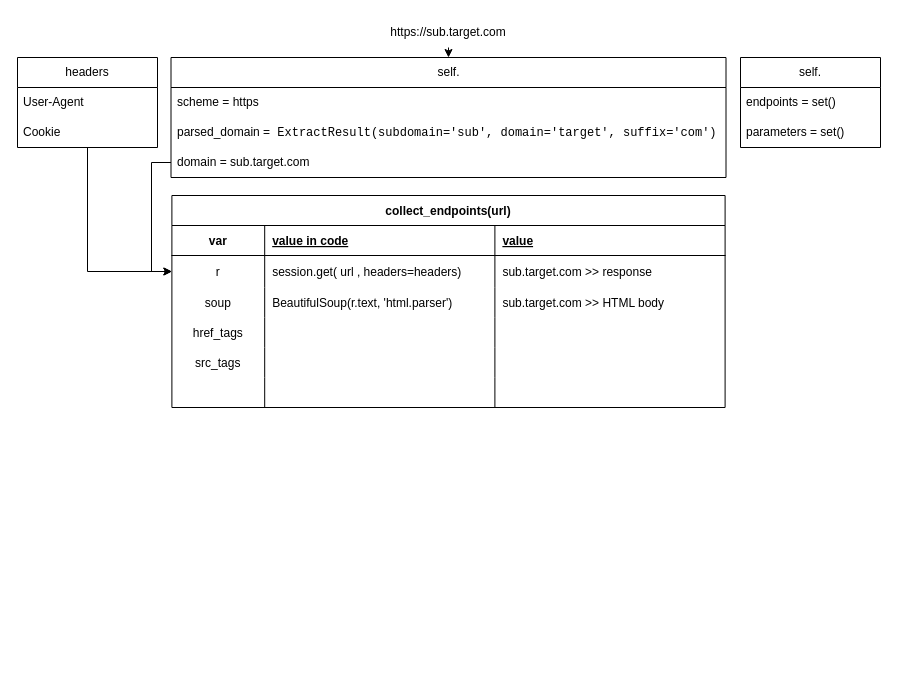
Above: Untitled Diagram.drawio in khaledkamal456/Git_Course (draw.io), before the change. Source tidied: cells renumbered, new cells numbered last; positions are measured from the earlier drawing's top-left corner, leaving out a move shared by most shapes. Both pictures are drawn from the tidied source at 100%, with x=0, y=0 at pixel (17, 17).
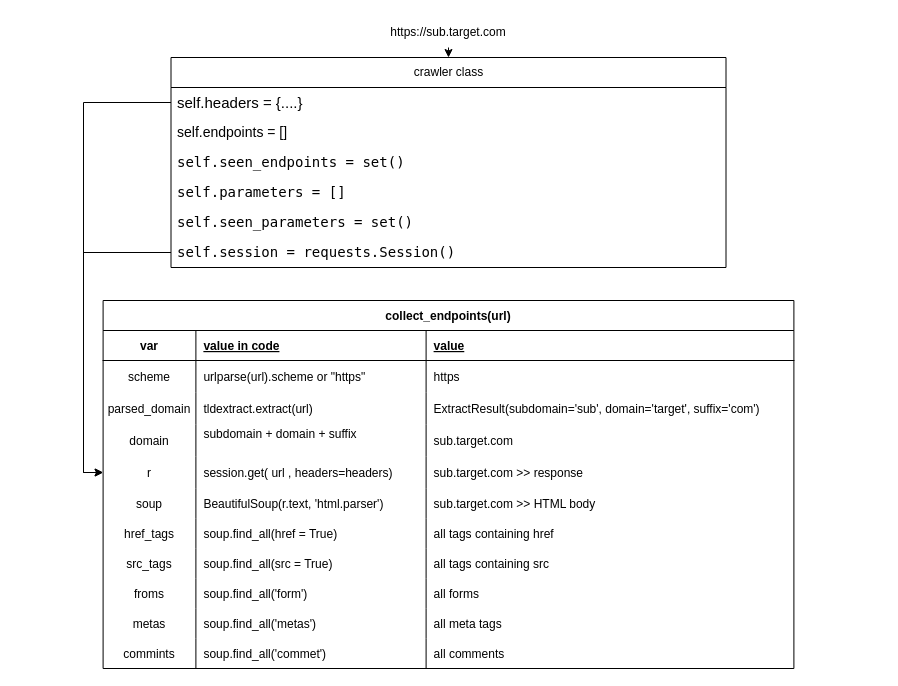
After the change.

What changed in the source:
```diff
@@
-    <mxCell id="4" value="self." style="swimlane;fontStyle=0;horizontal=1;startSize=30;whiteSpace=wrap;html=1;fillColor=default;" parent="1" vertex="1">
-      <mxGeometry x="153.5" y="40" width="555" height="120" as="geometry" />
+    <mxCell id="4" value="crawler class" style="swimlane;fontStyle=0;horizontal=1;startSize=30;whiteSpace=wrap;html=1;fillColor=default;" parent="1" vertex="1">
+      <mxGeometry x="153.5" y="40" width="555" height="210" as="geometry" />
     </mxCell>
-    <mxCell id="5" value="scheme = https" style="text;strokeColor=none;fillColor=none;align=left;verticalAlign=middle;spacingLeft=4;spacingRight=4;overflow=hidden;points=[[0,0.5],[1,0.5]];portConstraint=eastwest;whiteSpace=wrap;html=1;" parent="4" vertex="1">
+    <mxCell id="5" value="&lt;font style=&quot;font-size: 15px;&quot;&gt;self.headers = {....}&lt;/font&gt;" style="text;strokeColor=none;fillColor=none;align=left;verticalAlign=middle;spacingLeft=4;spacingRight=4;overflow=hidden;points=[[0,0.5],[1,0.5]];portConstraint=eastwest;whiteSpace=wrap;html=1;" parent="4" vertex="1">
       <mxGeometry y="30" width="555" height="30" as="geometry" />
     </mxCell>
-    <mxCell id="6" value="parsed_domain =&lt;code&gt; ExtractResult(subdomain='sub', domain='target', suffix='com')&lt;/code&gt;" style="text;strokeColor=none;fillColor=none;align=left;verticalAlign=middle;spacingLeft=4;spacingRight=4;overflow=hidden;whiteSpace=wrap;html=1;" parent="4" vertex="1">
-      <mxGeometry y="60" width="555" height="30" as="geometry" />
-    </mxCell>
-    <mxCell id="7" value="domain = sub.target.com" style="text;strokeColor=none;fillColor=none;align=left;verticalAlign=middle;spacingLeft=4;spacingRight=4;overflow=hidden;points=[[0,0.5],[1,0.5]];portConstraint=eastwest;whiteSpace=wrap;html=1;" parent="4" vertex="1">
-      <mxGeometry y="90" width="555" height="30" as="geometry" />
-    </mxCell>
-    <mxCell id="8" style="edgeStyle=orthogonalEdgeStyle;rounded=0;jettySize=auto;html=1;entryX=0;entryY=0.5;entryDx=0;entryDy=0;" parent="1" edge="1" source="9" target="20">
-      <mxGeometry relative="1" as="geometry" />
-    </mxCell>
-    <mxCell id="9" value="headers" style="swimlane;fontStyle=0;horizontal=1;startSize=30;whiteSpace=wrap;html=1;fillColor=default;" parent="1" vertex="1">
-      <mxGeometry y="40" width="140" height="90" as="geometry" />
-    </mxCell>
-    <mxCell id="10" value="User-Agent" style="text;strokeColor=none;fillColor=none;align=left;verticalAlign=middle;spacingLeft=4;spacingRight=4;overflow=hidden;whiteSpace=wrap;html=1;" parent="9" vertex="1">
-      <mxGeometry y="30" width="140" height="30" as="geometry" />
-    </mxCell>
-    <mxCell id="11" value="Cookie" style="text;strokeColor=none;fillColor=none;align=left;verticalAlign=middle;spacingLeft=4;spacingRight=4;overflow=hidden;whiteSpace=wrap;html=1;" parent="9" vertex="1">
-      <mxGeometry y="60" width="140" height="30" as="geometry" />
-    </mxCell>
-    <mxCell id="12" value="self." style="swimlane;fontStyle=0;horizontal=1;startSize=30;whiteSpace=wrap;html=1;fillColor=default;" parent="1" vertex="1">
-      <mxGeometry x="723" y="40" width="140" height="90" as="geometry" />
-    </mxCell>
-    <mxCell id="13" value="endpoints = set()" style="text;strokeColor=none;fillColor=none;align=left;verticalAlign=middle;spacingLeft=4;spacingRight=4;overflow=hidden;whiteSpace=wrap;html=1;" parent="12" vertex="1">
-      <mxGeometry y="30" width="140" height="30" as="geometry" />
-    </mxCell>
-    <mxCell id="14" value="parameters = set()" style="text;strokeColor=none;fillColor=none;align=left;verticalAlign=middle;spacingLeft=4;spacingRight=4;overflow=hidden;whiteSpace=wrap;html=1;" parent="12" vertex="1">
-      <mxGeometry y="60" width="140" height="30" as="geometry" />
-    </mxCell>
+    <mxCell id="41" value="&lt;div style=&quot;font-size: 14px;&quot;&gt;&lt;font style=&quot;font-size: 14px;&quot;&gt;self.endpoints = []&lt;br&gt;&lt;/font&gt;&lt;/div&gt;" style="text;strokeColor=none;fillColor=none;align=left;verticalAlign=middle;spacingLeft=4;spacingRight=4;overflow=hidden;whiteSpace=wrap;html=1;" parent="4" vertex="1">
+      <mxGeometry y="60" width="555" height="30" as="geometry" />
+    </mxCell>
+    <mxCell id="42" value="&lt;div style=&quot;font-family: &amp;quot;Droid Sans Mono&amp;quot;, &amp;quot;monospace&amp;quot;, monospace; font-size: 14px; line-height: 19px;&quot; align=&quot;left&quot;&gt;&lt;div&gt;&lt;span style=&quot;background-color: rgb(255, 255, 255);&quot;&gt;self.seen_endpoints = set()&lt;/span&gt;&lt;/div&gt;&lt;/div&gt;" style="text;strokeColor=none;fillColor=none;align=left;verticalAlign=middle;spacingLeft=4;spacingRight=4;overflow=hidden;whiteSpace=wrap;html=1;" parent="4" vertex="1">
+      <mxGeometry y="90" width="555" height="30" as="geometry" />
+    </mxCell>
+    <mxCell id="43" value="&lt;div style=&quot;font-family: &amp;quot;Droid Sans Mono&amp;quot;, &amp;quot;monospace&amp;quot;, monospace; font-size: 14px; line-height: 19px;&quot; align=&quot;left&quot;&gt;&lt;div&gt;&lt;span style=&quot;background-color: rgb(255, 255, 255);&quot;&gt;self.parameters = []&lt;/span&gt;&lt;/div&gt;&lt;/div&gt;" style="text;strokeColor=none;fillColor=none;align=left;verticalAlign=middle;spacingLeft=4;spacingRight=4;overflow=hidden;whiteSpace=wrap;html=1;" parent="4" vertex="1">
+      <mxGeometry y="120" width="555" height="30" as="geometry" />
+    </mxCell>
+    <mxCell id="44" value="&lt;div style=&quot;font-family: &amp;quot;Droid Sans Mono&amp;quot;, &amp;quot;monospace&amp;quot;, monospace; font-weight: normal; font-size: 14px; line-height: 19px;&quot;&gt;&lt;div&gt;&lt;span style=&quot;background-color: rgb(255, 255, 255);&quot;&gt;self.seen_parameters = set()&lt;/span&gt;&lt;/div&gt;&lt;/div&gt;" style="text;strokeColor=none;fillColor=none;align=left;verticalAlign=middle;spacingLeft=4;spacingRight=4;overflow=hidden;whiteSpace=wrap;html=1;" parent="4" vertex="1">
+      <mxGeometry y="150" width="555" height="30" as="geometry" />
+    </mxCell>
+    <mxCell id="45" value="&lt;div style=&quot;font-family: &amp;quot;Droid Sans Mono&amp;quot;, &amp;quot;monospace&amp;quot;, monospace; font-weight: normal; font-size: 14px; line-height: 19px;&quot;&gt;&lt;div&gt;&lt;span style=&quot;background-color: rgb(255, 255, 255);&quot;&gt;self.session = requests.Session()&lt;/span&gt;&lt;/div&gt;&lt;/div&gt;" style="text;strokeColor=none;fillColor=none;align=left;verticalAlign=middle;spacingLeft=4;spacingRight=4;overflow=hidden;points=[[0,0.5],[1,0.5]];portConstraint=eastwest;whiteSpace=wrap;html=1;" parent="4" vertex="1">
+      <mxGeometry y="180" width="555" height="30" as="geometry" />
+    </mxCell>
     <mxCell id="15" value="collect_endpoints(url)" style="shape=table;startSize=30;childLayout=tableLayout;rowLines=0;fontStyle=1;align=center;fillColor=default;" parent="1" vertex="1">
-      <mxGeometry x="154.4" y="178" width="553.2" height="212" as="geometry" />
+      <mxGeometry x="85.6" y="283" width="690.8" height="368" as="geometry" />
     </mxCell>
     <mxCell id="16" style="shape=tableRow;horizontal=0;startSize=0;swimlaneHead=0;swimlaneBody=0;fillColor=none;top=0;left=0;right=0;bottom=1;" parent="15" vertex="1">
-      <mxGeometry y="30" width="553.2" height="30" as="geometry" />
+      <mxGeometry y="30" width="690.8" height="30" as="geometry" />
     </mxCell>
@@
     <mxCell id="19" value="value" style="shape=partialRectangle;fillColor=none;top=0;left=0;bottom=0;right=0;align=left;spacingLeft=6;fontStyle=5;overflow=hidden;" parent="16" vertex="1">
-      <mxGeometry x="323" width="230.2" height="30" as="geometry" />
+      <mxGeometry x="323" width="367.8" height="30" as="geometry" />
     </mxCell>
+    <mxCell id="46" style="shape=tableRow;horizontal=0;startSize=0;swimlaneHead=0;swimlaneBody=0;fillColor=none;top=0;left=0;right=0;bottom=0;" parent="15" vertex="1">
+      <mxGeometry y="60" width="690.8" height="32" as="geometry" />
+    </mxCell>
+    <mxCell id="47" value="scheme" style="shape=partialRectangle;fillColor=none;top=0;left=0;bottom=0;right=0;overflow=hidden;" parent="46" vertex="1">
+      <mxGeometry width="92.8" height="32" as="geometry" />
+    </mxCell>
+    <mxCell id="48" value="urlparse(url).scheme or &quot;https&quot;" style="shape=partialRectangle;fillColor=none;top=0;left=0;bottom=0;right=0;align=left;spacingLeft=6;overflow=hidden;" parent="46" vertex="1">
+      <mxGeometry x="92.8" width="230.2" height="32" as="geometry" />
+    </mxCell>
+    <mxCell id="49" value="https" style="shape=partialRectangle;fillColor=none;top=0;left=0;bottom=0;right=0;align=left;spacingLeft=6;overflow=hidden;" parent="46" vertex="1">
+      <mxGeometry x="323" width="367.8" height="32" as="geometry" />
+    </mxCell>
+    <mxCell id="50" style="shape=tableRow;horizontal=0;startSize=0;swimlaneHead=0;swimlaneBody=0;fillColor=none;top=0;left=0;right=0;bottom=0;" parent="15" vertex="1">
+      <mxGeometry y="92" width="690.8" height="32" as="geometry" />
+    </mxCell>
+    <mxCell id="51" value="parsed_domain" style="shape=partialRectangle;fillColor=none;top=0;left=0;bottom=0;right=0;overflow=hidden;" parent="50" vertex="1">
+      <mxGeometry width="92.8" height="32" as="geometry" />
+    </mxCell>
+    <mxCell id="52" value="tldextract.extract(url)" style="shape=partialRectangle;fillColor=none;top=0;left=0;bottom=0;right=0;align=left;spacingLeft=6;overflow=hidden;" parent="50" vertex="1">
+      <mxGeometry x="92.8" width="230.2" height="32" as="geometry" />
+    </mxCell>
+    <mxCell id="53" value="ExtractResult(subdomain='sub', domain='target', suffix='com')" style="shape=partialRectangle;fillColor=none;top=0;left=0;bottom=0;right=0;align=left;spacingLeft=6;overflow=hidden;" parent="50" vertex="1">
+      <mxGeometry x="323" width="367.8" height="32" as="geometry" />
+    </mxCell>
+    <mxCell id="54" style="shape=tableRow;horizontal=0;startSize=0;swimlaneHead=0;swimlaneBody=0;fillColor=none;top=0;left=0;right=0;bottom=0;" parent="15" vertex="1">
+      <mxGeometry y="124" width="690.8" height="32" as="geometry" />
+    </mxCell>
+    <mxCell id="55" value="domain" style="shape=partialRectangle;fillColor=none;top=0;left=0;bottom=0;right=0;overflow=hidden;" parent="54" vertex="1">
+      <mxGeometry width="92.8" height="32" as="geometry" />
+    </mxCell>
+    <mxCell id="56" value="subdomain + domain + suffix&#10;" style="shape=partialRectangle;fillColor=none;top=0;left=0;bottom=0;right=0;align=left;spacingLeft=6;overflow=hidden;" parent="54" vertex="1">
+      <mxGeometry x="92.8" width="230.2" height="32" as="geometry" />
+    </mxCell>
+    <mxCell id="57" value="sub.target.com" style="shape=partialRectangle;fillColor=none;top=0;left=0;bottom=0;right=0;align=left;spacingLeft=6;overflow=hidden;" parent="54" vertex="1">
+      <mxGeometry x="323" width="367.8" height="32" as="geometry" />
+    </mxCell>
     <mxCell id="20" style="shape=tableRow;horizontal=0;startSize=0;swimlaneHead=0;swimlaneBody=0;fillColor=none;points=[[0,0.5],[1,0.5]];portConstraint=eastwest;top=0;left=0;right=0;bottom=0;" parent="15" vertex="1">
-      <mxGeometry y="60" width="553.2" height="32" as="geometry" />
+      <mxGeometry y="156" width="690.8" height="32" as="geometry" />
     </mxCell>
@@
     <mxCell id="23" value="sub.target.com &gt;&gt; response" style="shape=partialRectangle;fillColor=none;top=0;left=0;bottom=0;right=0;align=left;spacingLeft=6;overflow=hidden;" parent="20" vertex="1">
-      <mxGeometry x="323" width="230.2" height="32" as="geometry" />
+      <mxGeometry x="323" width="367.8" height="32" as="geometry" />
     </mxCell>
     <mxCell id="24" style="shape=tableRow;horizontal=0;startSize=0;swimlaneHead=0;swimlaneBody=0;fillColor=none;top=0;left=0;right=0;bottom=0;" parent="15" vertex="1">
-      <mxGeometry y="92" width="553.2" height="30" as="geometry" />
+      <mxGeometry y="188" width="690.8" height="30" as="geometry" />
     </mxCell>
@@
     <mxCell id="27" value="sub.target.com &gt;&gt; HTML body" style="shape=partialRectangle;fillColor=none;top=0;left=0;bottom=0;right=0;align=left;spacingLeft=6;overflow=hidden;" parent="24" vertex="1">
-      <mxGeometry x="323" width="230.2" height="30" as="geometry" />
+      <mxGeometry x="323" width="367.8" height="30" as="geometry" />
     </mxCell>
     <mxCell id="28" style="shape=tableRow;horizontal=0;startSize=0;swimlaneHead=0;swimlaneBody=0;fillColor=none;top=0;left=0;right=0;bottom=0;" parent="15" vertex="1">
-      <mxGeometry y="122" width="553.2" height="30" as="geometry" />
+      <mxGeometry y="218" width="690.8" height="30" as="geometry" />
     </mxCell>
@@
-    <mxCell id="30" style="shape=partialRectangle;fillColor=none;top=0;left=0;bottom=0;right=0;align=left;spacingLeft=6;overflow=hidden;" parent="28" vertex="1">
+    <mxCell id="30" value="soup.find_all(href = True)" style="shape=partialRectangle;fillColor=none;top=0;left=0;bottom=0;right=0;align=left;spacingLeft=6;overflow=hidden;" parent="28" vertex="1">
       <mxGeometry x="92.8" width="230.2" height="30" as="geometry" />
     </mxCell>
-    <mxCell id="31" style="shape=partialRectangle;fillColor=none;top=0;left=0;bottom=0;right=0;align=left;spacingLeft=6;overflow=hidden;" parent="28" vertex="1">
-      <mxGeometry x="323" width="230.2" height="30" as="geometry" />
+    <mxCell id="31" value="all tags containing href" style="shape=partialRectangle;fillColor=none;top=0;left=0;bottom=0;right=0;align=left;spacingLeft=6;overflow=hidden;" parent="28" vertex="1">
+      <mxGeometry x="323" width="367.8" height="30" as="geometry" />
     </mxCell>
     <mxCell id="32" style="shape=tableRow;horizontal=0;startSize=0;swimlaneHead=0;swimlaneBody=0;fillColor=none;top=0;left=0;right=0;bottom=0;" parent="15" vertex="1">
-      <mxGeometry y="152" width="553.2" height="30" as="geometry" />
+      <mxGeometry y="248" width="690.8" height="30" as="geometry" />
     </mxCell>
@@
-    <mxCell id="34" style="shape=partialRectangle;fillColor=none;top=0;left=0;bottom=0;right=0;align=left;spacingLeft=6;overflow=hidden;" parent="32" vertex="1">
+    <mxCell id="34" value="soup.find_all(src = True)" style="shape=partialRectangle;fillColor=none;top=0;left=0;bottom=0;right=0;align=left;spacingLeft=6;overflow=hidden;" parent="32" vertex="1">
       <mxGeometry x="92.8" width="230.2" height="30" as="geometry" />
     </mxCell>
-    <mxCell id="35" style="shape=partialRectangle;fillColor=none;top=0;left=0;bottom=0;right=0;align=left;spacingLeft=6;overflow=hidden;" parent="32" vertex="1">
-      <mxGeometry x="323" width="230.2" height="30" as="geometry" />
+    <mxCell id="35" value="all tags containing src" style="shape=partialRectangle;fillColor=none;top=0;left=0;bottom=0;right=0;align=left;spacingLeft=6;overflow=hidden;" parent="32" vertex="1">
+      <mxGeometry x="323" width="367.8" height="30" as="geometry" />
     </mxCell>
     <mxCell id="36" style="shape=tableRow;horizontal=0;startSize=0;swimlaneHead=0;swimlaneBody=0;fillColor=none;top=0;left=0;right=0;bottom=0;" parent="15" vertex="1">
-      <mxGeometry y="182" width="553.2" height="30" as="geometry" />
+      <mxGeometry y="278" width="690.8" height="30" as="geometry" />
     </mxCell>
-    <mxCell id="37" style="shape=partialRectangle;fillColor=none;top=0;left=0;bottom=0;right=0;overflow=hidden;" parent="36" vertex="1">
+    <mxCell id="37" value="froms" style="shape=partialRectangle;fillColor=none;top=0;left=0;bottom=0;right=0;overflow=hidden;" parent="36" vertex="1">
       <mxGeometry width="92.8" height="30" as="geometry" />
     </mxCell>
-    <mxCell id="38" style="shape=partialRectangle;fillColor=none;top=0;left=0;bottom=0;right=0;align=left;spacingLeft=6;overflow=hidden;" parent="36" vertex="1">
+    <mxCell id="38" value="soup.find_all('form')" style="shape=partialRectangle;fillColor=none;top=0;left=0;bottom=0;right=0;align=left;spacingLeft=6;overflow=hidden;" parent="36" vertex="1">
       <mxGeometry x="92.8" width="230.2" height="30" as="geometry" />
     </mxCell>
-    <mxCell id="39" style="shape=partialRectangle;fillColor=none;top=0;left=0;bottom=0;right=0;align=left;spacingLeft=6;overflow=hidden;" parent="36" vertex="1">
-      <mxGeometry x="323" width="230.2" height="30" as="geometry" />
+    <mxCell id="39" value="all forms" style="shape=partialRectangle;fillColor=none;top=0;left=0;bottom=0;right=0;align=left;spacingLeft=6;overflow=hidden;" parent="36" vertex="1">
+      <mxGeometry x="323" width="367.8" height="30" as="geometry" />
     </mxCell>
-    <mxCell id="40" style="edgeStyle=orthogonalEdgeStyle;rounded=0;jettySize=auto;html=1;entryX=0;entryY=0.5;entryDx=0;entryDy=0;" parent="1" edge="1" source="7" target="20">
-      <mxGeometry relative="1" as="geometry">
-        <Array as="points">
-          <mxPoint x="134" y="145" />
-          <mxPoint x="134" y="254" />
-        </Array>
-      </mxGeometry>
-    </mxCell>
+    <mxCell id="58" style="shape=tableRow;horizontal=0;startSize=0;swimlaneHead=0;swimlaneBody=0;fillColor=none;top=0;left=0;right=0;bottom=0;" parent="15" vertex="1">
+      <mxGeometry y="308" width="690.8" height="30" as="geometry" />
+    </mxCell>
+    <mxCell id="59" value="metas" style="shape=partialRectangle;fillColor=none;top=0;left=0;bottom=0;right=0;overflow=hidden;" parent="58" vertex="1">
+      <mxGeometry width="92.8" height="30" as="geometry" />
+    </mxCell>
+    <mxCell id="60" value="soup.find_all('metas')" style="shape=partialRectangle;fillColor=none;top=0;left=0;bottom=0;right=0;align=left;spacingLeft=6;overflow=hidden;" parent="58" vertex="1">
+      <mxGeometry x="92.8" width="230.2" height="30" as="geometry" />
+    </mxCell>
+    <mxCell id="61" value="all meta tags" style="shape=partialRectangle;fillColor=none;top=0;left=0;bottom=0;right=0;align=left;spacingLeft=6;overflow=hidden;" parent="58" vertex="1">
+      <mxGeometry x="323" width="367.8" height="30" as="geometry" />
+    </mxCell>
+    <mxCell id="62" style="shape=tableRow;horizontal=0;startSize=0;swimlaneHead=0;swimlaneBody=0;fillColor=none;top=0;left=0;right=0;bottom=0;" parent="15" vertex="1">
+      <mxGeometry y="338" width="690.8" height="30" as="geometry" />
+    </mxCell>
+    <mxCell id="63" value="commints" style="shape=partialRectangle;fillColor=none;top=0;left=0;bottom=0;right=0;overflow=hidden;" parent="62" vertex="1">
+      <mxGeometry width="92.8" height="30" as="geometry" />
+    </mxCell>
+    <mxCell id="64" value="soup.find_all('commet')" style="shape=partialRectangle;fillColor=none;top=0;left=0;bottom=0;right=0;align=left;spacingLeft=6;overflow=hidden;" parent="62" vertex="1">
+      <mxGeometry x="92.8" width="230.2" height="30" as="geometry" />
+    </mxCell>
+    <mxCell id="65" value="all comments" style="shape=partialRectangle;fillColor=none;top=0;left=0;bottom=0;right=0;align=left;spacingLeft=6;overflow=hidden;" parent="62" vertex="1">
+      <mxGeometry x="323" width="367.8" height="30" as="geometry" />
+    </mxCell>
+    <mxCell id="66" style="edgeStyle=orthogonalEdgeStyle;rounded=0;jettySize=auto;html=1;entryX=0;entryY=0.5;entryDx=0;entryDy=0;fontSize=17;fontColor=#000000;" parent="1" edge="1" source="5" target="20">
+      <mxGeometry relative="1" as="geometry">
+        <Array as="points">
+          <mxPoint x="66" y="85" />
+          <mxPoint x="66" y="455" />
+        </Array>
+      </mxGeometry>
+    </mxCell>
+    <mxCell id="67" style="edgeStyle=orthogonalEdgeStyle;rounded=0;jettySize=auto;html=1;fontSize=17;fontColor=#000000;" parent="1" edge="1" source="45" target="20">
+      <mxGeometry relative="1" as="geometry">
+        <Array as="points">
+          <mxPoint x="66" y="235" />
+          <mxPoint x="66" y="455" />
+        </Array>
+      </mxGeometry>
+    </mxCell>
```
